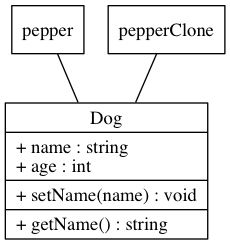
Above: object-reference.png in mviitanen/ati-java-apprentice (Graphviz), before the change. Its source is kept beside it as object-reference.dot. The source it was exported from:
```dot
digraph objectreferences {
 node [
                shape = "record"
        ]
Dog [
  label = "{Dog|+ name : string\l+ age : int\l|+ setName(name) : void\l|+ getName() : string\l}"
]
 "pepper"->Dog[arrowhead=none];
 "pepperClone"->Dog[arrowhead=none];
}
```
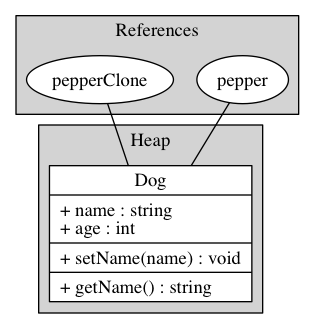
Above is the later version.

Diff of the diagram source:
```diff
@@ -1,10 +1,18 @@
 digraph objectreferences {
- node [
-                shape = "record"
-        ]
-Dog [
-  label = "{Dog|+ name : string\l+ age : int\l|+ setName(name) : void\l|+ getName() : string\l}"
-]
- "pepper"->Dog[arrowhead=none];
- "pepperClone"->Dog[arrowhead=none];
+  subgraph cluster0 {
+   style = filled;
+   node [shape=oval, group=a, style=filled, fillcolor=white];
+    pepper;
+    pepperClone;
+   label ="References";
+  }
+  subgraph cluster1 {
+   style=filled;
+    node [shape = "record", group="", style=filled, fillcolor=white];
+    Dog [label = "{Dog|+ name : string\l+ age : int\l|+ setName(name) : void\l|+ getName() : string\l}"];
+    label="Heap";
+  }
+
+  pepper ->Dog[arrowhead=none];
+  pepperClone ->Dog[arrowhead=none];
 }
```
